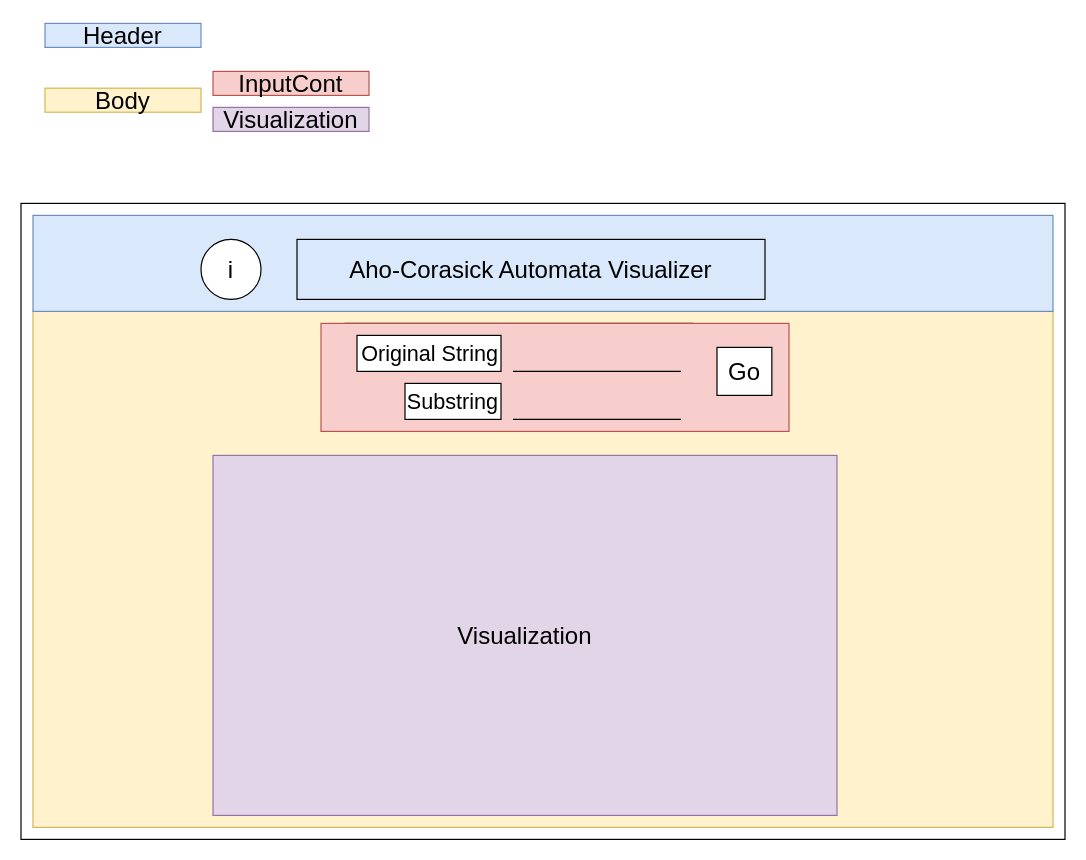
This is diagram.drawio from stjohnfinn/aho-corasick-visualizer, a draw.io file, before an edit. Source tidied: cells renumbered, new cells numbered last; positions are measured from the earlier drawing's top-left corner, leaving out a move shared by most shapes. Both pictures are drawn from the tidied source at 120%, with x=0, y=0 at pixel (20, 23).
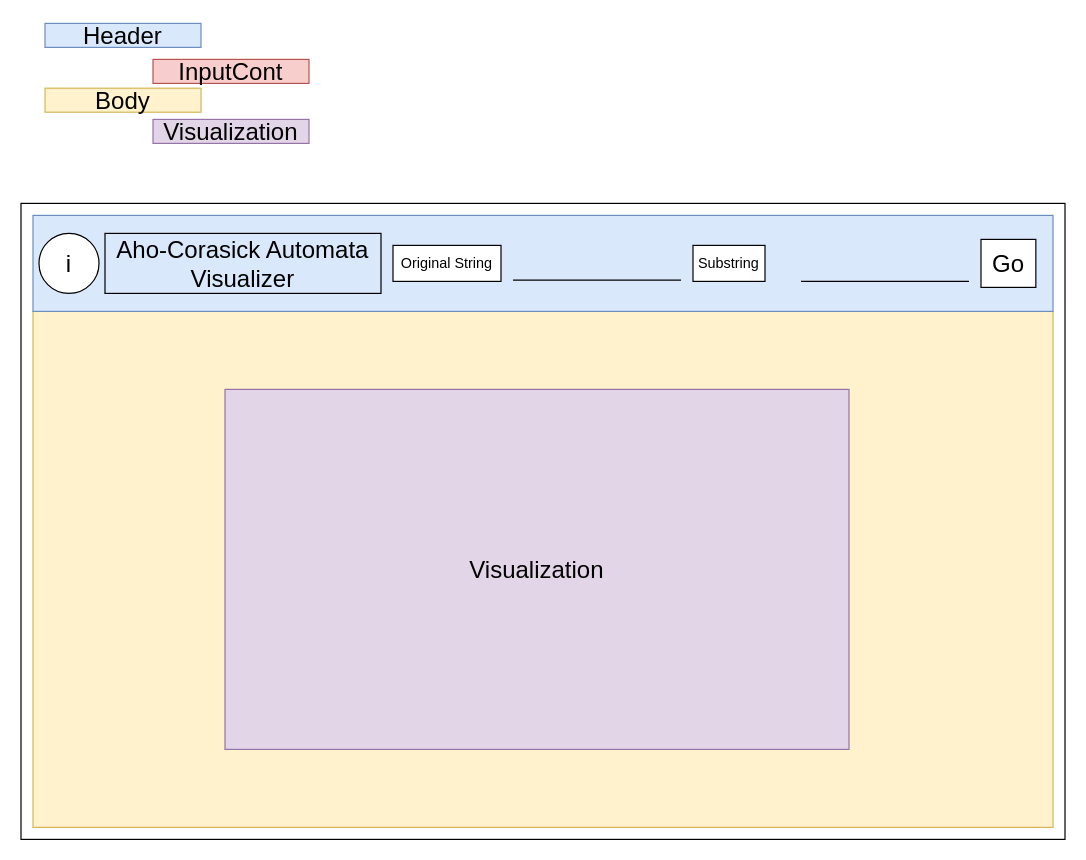
The same page after the edit.

The edit, as a diff of the source:
```diff
@@
     <mxCell id="5" value="Aho-Corasick Automata Visualizer" style="text;html=1;fillColor=none;align=center;verticalAlign=middle;whiteSpace=wrap;rounded=0;fontSize=20;labelBorderColor=none;strokeColor=#000000;fontColor=#000000;" parent="1" vertex="1">
-      <mxGeometry x="230" y="180" width="390" height="50" as="geometry" />
+      <mxGeometry x="70" y="175" width="230" height="50" as="geometry" />
     </mxCell>
     <mxCell id="6" value="i" style="ellipse;whiteSpace=wrap;html=1;strokeColor=#000000;fontSize=20;" parent="1" vertex="1">
-      <mxGeometry x="150" y="180" width="50" height="50" as="geometry" />
+      <mxGeometry x="15" y="175" width="50" height="50" as="geometry" />
     </mxCell>
-    <mxCell id="7" style="rounded=0;whiteSpace=wrap;html=1;strokeColor=#000000;fontSize=20;" parent="1" vertex="1">
-      <mxGeometry x="270" y="250" width="290" height="90" as="geometry" />
-    </mxCell>
-    <mxCell id="8" style="group;" parent="1" vertex="1">
-      <mxGeometry x="280" y="260" width="360" height="90" as="geometry" />
-    </mxCell>
-    <mxCell id="9" style="rounded=0;whiteSpace=wrap;html=1;strokeColor=#b85450;fontSize=20;align=right;fillColor=#f8cecc;" parent="8" vertex="1">
-      <mxGeometry x="-30" y="-10" width="390" height="90" as="geometry" />
-    </mxCell>
-    <mxCell id="10" value="&lt;font style=&quot;font-size: 18px&quot;&gt;Original String&lt;/font&gt;" style="rounded=0;whiteSpace=wrap;html=1;strokeColor=#000000;fontSize=20;align=right;" parent="8" vertex="1">
-      <mxGeometry width="120" height="30" as="geometry" />
-    </mxCell>
-    <mxCell id="11" style="endArrow=none;html=1;fontSize=20;" parent="8" edge="1">
-      <mxGeometry relative="1" as="geometry">
-        <mxPoint x="130" y="30" as="sourcePoint" />
-        <mxPoint x="270" y="30" as="targetPoint" />
-      </mxGeometry>
-    </mxCell>
-    <mxCell id="12" style="group;" parent="1" vertex="1">
-      <mxGeometry x="280" y="300" width="270" height="30" as="geometry" />
+    <mxCell id="12" style="group;fontSize=12;" parent="1" vertex="1">
+      <mxGeometry x="520" y="185" width="270" height="30" as="geometry" />
     </mxCell>
-    <mxCell id="13" value="&lt;font style=&quot;font-size: 18px&quot;&gt;Substring&lt;/font&gt;" style="rounded=0;whiteSpace=wrap;html=1;strokeColor=#000000;fontSize=20;align=right;" parent="12" vertex="1">
-      <mxGeometry x="40" width="80" height="30" as="geometry" />
+    <mxCell id="13" value="&lt;font style=&quot;font-size: 12px;&quot;&gt;Substring&lt;/font&gt;" style="rounded=0;whiteSpace=wrap;html=1;strokeColor=#000000;fontSize=12;align=center;" parent="12" vertex="1">
+      <mxGeometry x="40" width="60" height="30" as="geometry" />
     </mxCell>
-    <mxCell id="14" style="endArrow=none;html=1;fontSize=20;" parent="12" edge="1">
+    <mxCell id="14" style="endArrow=none;html=1;fontSize=20;strokeColor=#000000;" parent="12" edge="1">
       <mxGeometry relative="1" as="geometry">
         <mxPoint x="130" y="30" as="sourcePoint" />
         <mxPoint x="270" y="30" as="targetPoint" />
+        <Array as="points">
+          <mxPoint x="180" y="30" />
+        </Array>
       </mxGeometry>
     </mxCell>
     <mxCell id="15" value="Visualization" style="rounded=0;whiteSpace=wrap;html=1;strokeColor=#9673a6;fontSize=20;fillColor=#e1d5e7;fontColor=#000000;" parent="1" vertex="1">
-      <mxGeometry x="160" y="360" width="520" height="300" as="geometry" />
+      <mxGeometry x="170" y="305" width="520" height="300" as="geometry" />
     </mxCell>
     <mxCell id="16" value="Go" style="rounded=0;whiteSpace=wrap;html=1;strokeColor=#000000;fontSize=20;" parent="1" vertex="1">
-      <mxGeometry x="580" y="270" width="45.7" height="40" as="geometry" />
+      <mxGeometry x="800" y="180" width="45.7" height="40" as="geometry" />
     </mxCell>
@@
     <mxCell id="18" value="InputCont" style="rounded=0;whiteSpace=wrap;html=1;strokeColor=#b85450;fontSize=20;align=center;fillColor=#f8cecc;fontColor=#000000;" parent="1" vertex="1">
-      <mxGeometry x="160" y="40" width="130" height="20" as="geometry" />
+      <mxGeometry x="110" y="30" width="130" height="20" as="geometry" />
     </mxCell>
@@
     <mxCell id="20" value="Visualization" style="rounded=0;whiteSpace=wrap;html=1;strokeColor=#9673a6;fontSize=20;align=center;fillColor=#e1d5e7;fontColor=#000000;" parent="1" vertex="1">
-      <mxGeometry x="160" y="70" width="130" height="20" as="geometry" />
+      <mxGeometry x="110" y="80" width="130" height="20" as="geometry" />
     </mxCell>
+    <mxCell id="10" value="&lt;font style=&quot;font-size: 12px;&quot;&gt;Original String&lt;/font&gt;" style="rounded=0;whiteSpace=wrap;html=1;strokeColor=#000000;fontSize=12;align=center;" parent="1" vertex="1">
+      <mxGeometry x="310" y="185" width="90" height="30" as="geometry" />
+    </mxCell>
+    <mxCell id="11" style="endArrow=none;html=1;fontSize=20;strokeColor=#000000;" parent="1" edge="1">
+      <mxGeometry relative="1" as="geometry">
+        <mxPoint x="410" y="214" as="sourcePoint" />
+        <mxPoint x="550" y="214" as="targetPoint" />
+        <Array as="points">
+          <mxPoint x="420" y="214" />
+        </Array>
+      </mxGeometry>
+    </mxCell>
```
